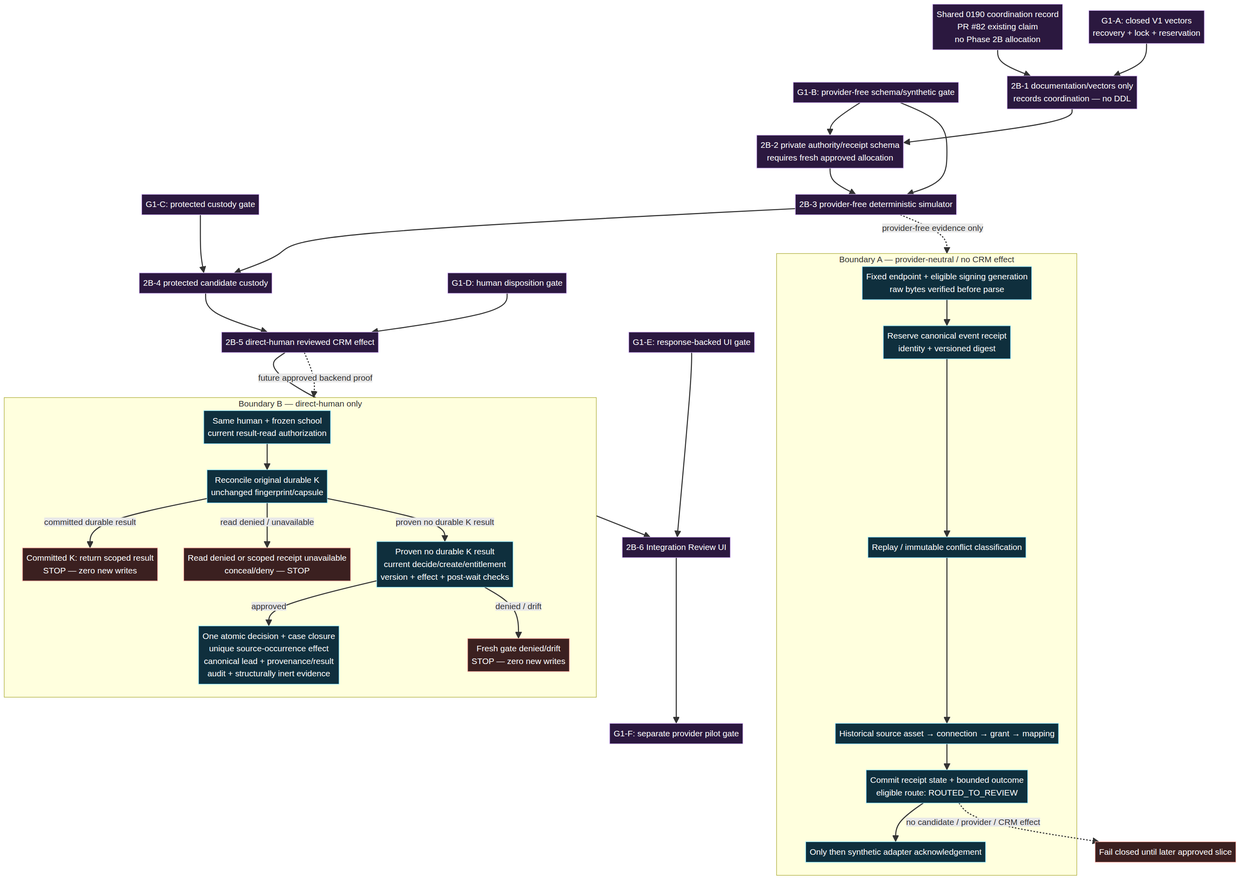
The Mermaid diagram docs/diagrams/phase-2b-contract-flow.png in myhonosai/honos, before a commit. Its source is kept beside it as docs/diagrams/phase-2b-contract-flow.mmd.
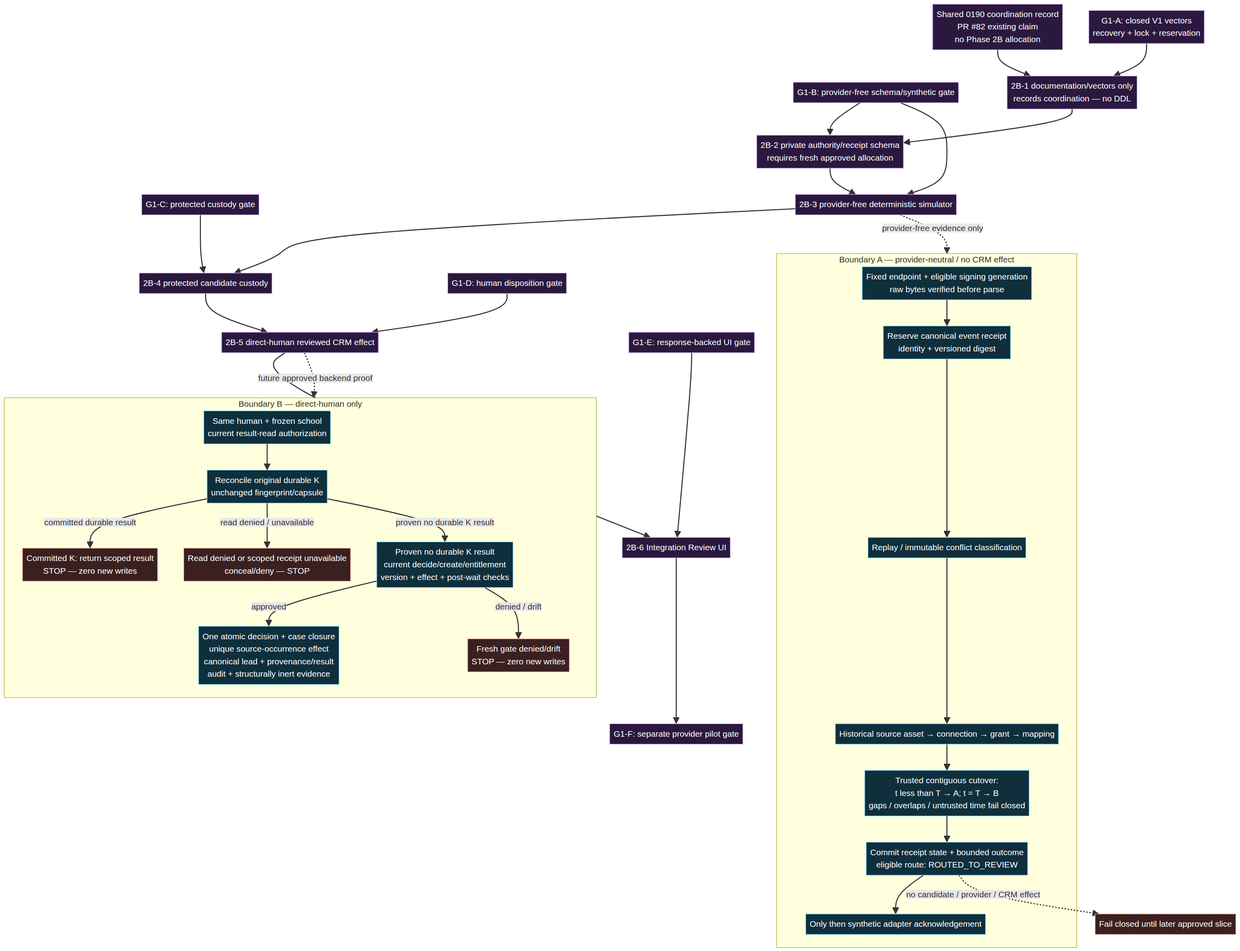
Above is the later version.

Commit message:
docs(phase2b): clarify exact mapping cutover

Change to the diagram source:
```diff
@@ -33,9 +33,10 @@
     Receipt[Reserve canonical event receipt\nidentity + versioned digest]
     Classify[Replay / immutable conflict classification]
     Route[Historical source asset → connection → grant → mapping]
+    Cutover[Trusted contiguous cutover:\nt less than T → A; t = T → B\ngaps / overlaps / untrusted time fail closed]
     Durable[Commit receipt state + bounded outcome\neligible route: ROUTED_TO_REVIEW]
     Ack[Only then synthetic adapter acknowledgement]
-    Verify --> Receipt --> Classify --> Route --> Durable --> Ack
+    Verify --> Receipt --> Classify --> Route --> Cutover --> Durable --> Ack
   end
 
   subgraph Review[Boundary B — direct-human only]
@@ -62,5 +63,5 @@
   classDef boundary fill:#0f2f3d,stroke:#7ee1ff,color:#fff
   classDef stop fill:#3b2020,stroke:#ffaaa0,color:#fff
   class Coord,G1A,G1B,G1C,G1D,G1E,Pilot,C1,C2,C3,C4,C5,C6 gate
-  class Verify,Receipt,Classify,Route,Durable,Ack,ReadAuth,Reconcile,FreshGate,Atomic boundary
+  class Verify,Receipt,Classify,Route,Cutover,Durable,Ack,ReadAuth,Reconcile,FreshGate,Atomic boundary
   class ResultStop,Conceal,FreshStop,Hold stop
```
